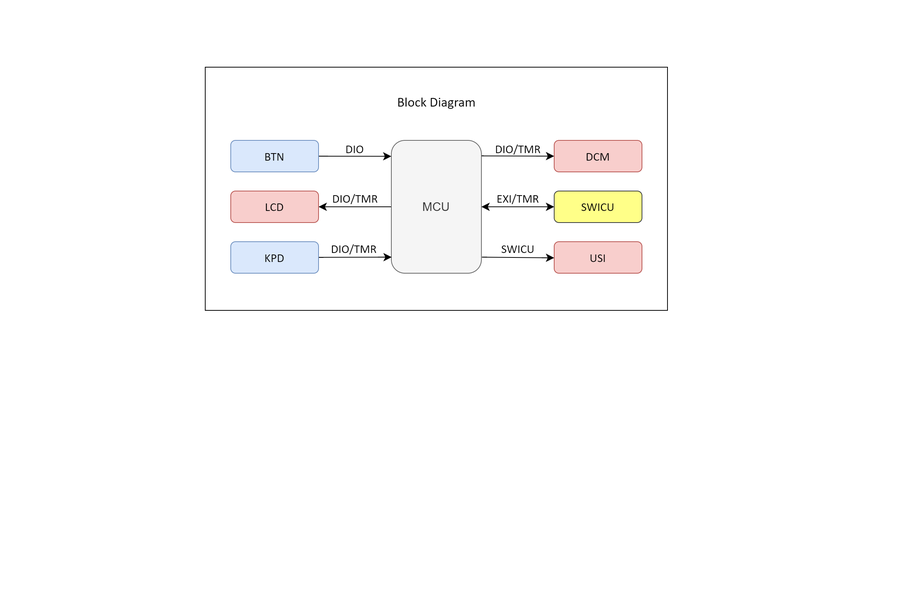
This is Documents/Diagrams/Block Diagram/Obstacle Avoidance Car - Block Diagram.png from AbdelrhmanWalaa/Obstacle-Avoidance-Car, a draw.io export, as it was before one commit. Source tidied: cells renumbered, new cells last; positions are measured from the earlier drawing's top-left corner, leaving out a move shared by most shapes. The source it was exported from:
```xml
<mxGraphModel>
  <root>
    <mxCell id="0" />
    <mxCell id="1" parent="0" />
    <mxCell id="2" style="rounded=0;whiteSpace=wrap;html=1;fontSize=16;" parent="1" vertex="1">
      <mxGeometry width="616" height="324" as="geometry" />
    </mxCell>
    <mxCell id="3" style="edgeStyle=none;curved=1;rounded=0;jettySize=auto;html=1;fontSize=12;startSize=8;endSize=8;" parent="1" edge="1" source="4" target="14">
      <mxGeometry relative="1" as="geometry" />
    </mxCell>
    <mxCell id="4" value="MCU" style="rounded=1;whiteSpace=wrap;html=1;fontSize=16;fillColor=#f5f5f5;fontColor=#333333;strokeColor=#666666;" parent="1" vertex="1">
      <mxGeometry x="248" y="97.5" width="120" height="177" as="geometry" />
    </mxCell>
    <mxCell id="5" style="edgeStyle=none;curved=1;rounded=0;jettySize=auto;html=1;fontSize=12;startSize=8;endSize=8;entryX=0;entryY=0.12;entryDx=0;entryDy=0;entryPerimeter=0;" parent="1" edge="1" source="6" target="4">
      <mxGeometry relative="1" as="geometry" />
    </mxCell>
    <mxCell id="6" value="&lt;font face=&quot;Calibri&quot;&gt;BTN&lt;/font&gt;" style="rounded=1;whiteSpace=wrap;html=1;fontSize=16;fillColor=#dae8fc;strokeColor=#6c8ebf;" parent="1" vertex="1">
      <mxGeometry x="34" y="97.5" width="117" height="42" as="geometry" />
    </mxCell>
    <mxCell id="7" value="&lt;font face=&quot;Calibri&quot;&gt;DIO&lt;/font&gt;" style="text;html=1;strokeColor=none;fillColor=none;align=center;verticalAlign=middle;whiteSpace=wrap;rounded=0;fontSize=16;" parent="1" vertex="1">
      <mxGeometry x="181" y="94" width="37" height="30" as="geometry" />
    </mxCell>
    <mxCell id="8" value="&lt;font face=&quot;Calibri&quot; style=&quot;font-size: 18px;&quot;&gt;Block Diagram&lt;/font&gt;" style="text;html=1;strokeColor=none;fillColor=none;align=center;verticalAlign=middle;whiteSpace=wrap;rounded=0;fontSize=16;" parent="1" vertex="1">
      <mxGeometry x="148.5" y="32" width="319" height="30" as="geometry" />
    </mxCell>
    <mxCell id="9" style="edgeStyle=none;curved=1;rounded=0;jettySize=auto;html=1;entryX=0.004;entryY=0.879;entryDx=0;entryDy=0;entryPerimeter=0;fontSize=12;startSize=8;endSize=8;" parent="1" edge="1" source="10" target="4">
      <mxGeometry relative="1" as="geometry" />
    </mxCell>
    <mxCell id="10" value="&lt;font face=&quot;Calibri&quot;&gt;KPD&lt;/font&gt;" style="rounded=1;whiteSpace=wrap;html=1;fontSize=16;fillColor=#dae8fc;strokeColor=#6c8ebf;" parent="1" vertex="1">
      <mxGeometry x="34" y="232.5" width="117" height="42" as="geometry" />
    </mxCell>
    <mxCell id="11" value="&lt;font face=&quot;Calibri&quot;&gt;SWICU&lt;/font&gt;" style="rounded=1;whiteSpace=wrap;html=1;fontSize=16;fillColor=#ffff88;strokeColor=#36393d;" parent="1" vertex="1">
      <mxGeometry x="465" y="165" width="117" height="42" as="geometry" />
    </mxCell>
    <mxCell id="12" style="endArrow=classic;startArrow=classic;html=1;rounded=0;fontSize=12;startSize=8;endSize=8;curved=1;exitX=1;exitY=0.5;exitDx=0;exitDy=0;entryX=0;entryY=0.5;entryDx=0;entryDy=0;" parent="1" edge="1" source="4" target="11">
      <mxGeometry relative="1" as="geometry" />
    </mxCell>
    <mxCell id="13" style="edgeStyle=none;curved=1;rounded=0;orthogonalLoop=1;jettySize=auto;html=1;exitX=0.5;exitY=0;exitDx=0;exitDy=0;fontSize=12;startSize=8;endSize=8;" parent="1" edge="1">
      <mxGeometry relative="1" as="geometry">
        <mxPoint x="100.5" y="24.5" as="sourcePoint" />
        <mxPoint x="100.5" y="24.5" as="targetPoint" />
      </mxGeometry>
    </mxCell>
    <mxCell id="14" value="&lt;font face=&quot;Calibri&quot;&gt;LCD&lt;/font&gt;" style="rounded=1;whiteSpace=wrap;html=1;fontSize=16;fillColor=#f8cecc;strokeColor=#b85450;" parent="1" vertex="1">
      <mxGeometry x="34" y="165" width="117" height="42" as="geometry" />
    </mxCell>
    <mxCell id="15" value="&lt;font face=&quot;Calibri&quot;&gt;DIO/TMR&lt;/font&gt;" style="text;html=1;strokeColor=none;fillColor=none;align=center;verticalAlign=middle;whiteSpace=wrap;rounded=0;fontSize=16;" parent="1" vertex="1">
      <mxGeometry x="169.5" y="160" width="60" height="30" as="geometry" />
    </mxCell>
    <mxCell id="16" value="&lt;span style=&quot;color: rgb(0, 0, 0); font-family: Calibri; font-size: 16px; font-style: normal; font-variant-ligatures: normal; font-variant-caps: normal; font-weight: 400; letter-spacing: normal; orphans: 2; text-align: center; text-indent: 0px; text-transform: none; widows: 2; word-spacing: 0px; -webkit-text-stroke-width: 0px; background-color: rgb(255, 255, 255); text-decoration-thickness: initial; text-decoration-style: initial; text-decoration-color: initial; float: none; display: inline !important;&quot;&gt;DIO/TMR&lt;/span&gt;" style="text;whiteSpace=wrap;html=1;fontSize=16;" parent="1" vertex="1">
      <mxGeometry x="166" y="226" width="67" height="31" as="geometry" />
    </mxCell>
    <mxCell id="17" value="&lt;font face=&quot;Calibri&quot;&gt;EXI/TMR&lt;/font&gt;" style="text;html=1;strokeColor=none;fillColor=none;align=center;verticalAlign=middle;whiteSpace=wrap;rounded=0;fontSize=16;" parent="1" vertex="1">
      <mxGeometry x="387" y="160" width="60" height="30" as="geometry" />
    </mxCell>
    <mxCell id="18" value="&lt;font face=&quot;Calibri&quot;&gt;DCM&lt;/font&gt;" style="rounded=1;whiteSpace=wrap;html=1;fontSize=16;fillColor=#f8cecc;strokeColor=#b85450;" parent="1" vertex="1">
      <mxGeometry x="465" y="97.5" width="117" height="42" as="geometry" />
    </mxCell>
    <mxCell id="19" style="edgeStyle=none;curved=1;rounded=0;jettySize=auto;html=1;fontSize=12;startSize=8;endSize=8;entryX=0;entryY=0.5;entryDx=0;entryDy=0;" parent="1" edge="1" target="18">
      <mxGeometry relative="1" as="geometry">
        <mxPoint x="368.5" y="118.2" as="sourcePoint" />
      </mxGeometry>
    </mxCell>
    <mxCell id="20" value="&lt;font face=&quot;Calibri&quot;&gt;DIO/TMR&lt;/font&gt;" style="text;html=1;strokeColor=none;fillColor=none;align=center;verticalAlign=middle;whiteSpace=wrap;rounded=0;fontSize=16;" parent="1" vertex="1">
      <mxGeometry x="387" y="94" width="60" height="30" as="geometry" />
    </mxCell>
    <mxCell id="21" value="&lt;font face=&quot;Calibri&quot;&gt;USI&lt;/font&gt;" style="rounded=1;whiteSpace=wrap;html=1;fontSize=16;fillColor=#f8cecc;strokeColor=#b85450;" parent="1" vertex="1">
      <mxGeometry x="465" y="232.5" width="117" height="42" as="geometry" />
    </mxCell>
    <mxCell id="22" style="edgeStyle=none;curved=1;rounded=0;jettySize=auto;html=1;fontSize=12;startSize=8;endSize=8;entryX=0;entryY=0.512;entryDx=0;entryDy=0;entryPerimeter=0;" parent="1" edge="1" target="21">
      <mxGeometry relative="1" as="geometry">
        <mxPoint x="368.8" y="253.1" as="sourcePoint" />
      </mxGeometry>
    </mxCell>
    <mxCell id="23" value="&lt;font face=&quot;Calibri&quot;&gt;SWICU&lt;/font&gt;" style="text;html=1;strokeColor=none;fillColor=none;align=center;verticalAlign=middle;whiteSpace=wrap;rounded=0;fontSize=16;" parent="1" vertex="1">
      <mxGeometry x="387" y="227" width="60" height="30" as="geometry" />
    </mxCell>
  </root>
</mxGraphModel>
```
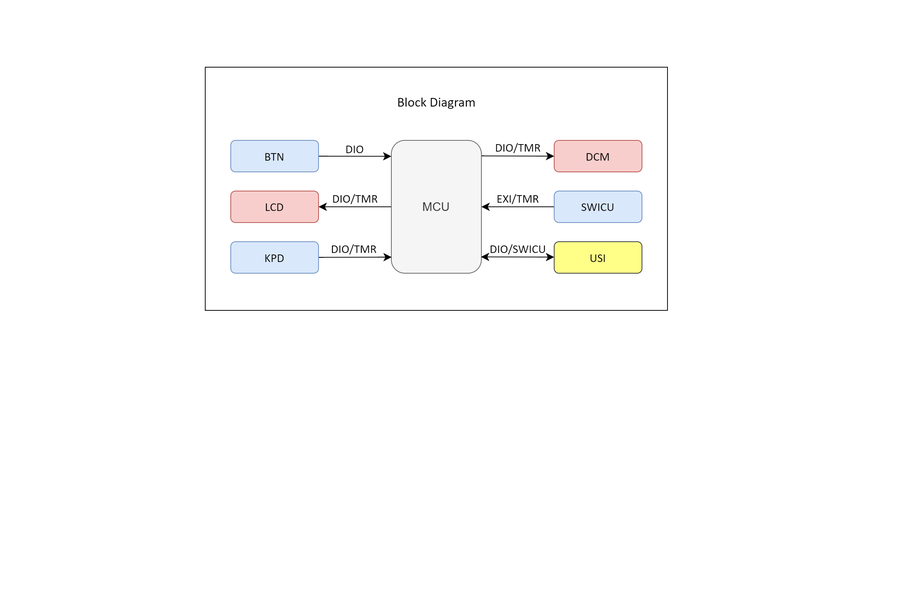
Later version of the same file.

Change to the diagram source:
```diff
@@ -29,12 +29,12 @@
     <mxCell id="10" value="&lt;font face=&quot;Calibri&quot;&gt;KPD&lt;/font&gt;" style="rounded=1;whiteSpace=wrap;html=1;fontSize=16;fillColor=#dae8fc;strokeColor=#6c8ebf;" parent="1" vertex="1">
       <mxGeometry x="34" y="232.5" width="117" height="42" as="geometry" />
     </mxCell>
+    <mxCell id="24" style="edgeStyle=none;curved=1;rounded=0;jettySize=auto;html=1;fontSize=12;startSize=8;endSize=8;" parent="1" edge="1" source="11" target="4">
+      <mxGeometry relative="1" as="geometry" />
+    </mxCell>
-    <mxCell id="11" value="&lt;font face=&quot;Calibri&quot;&gt;SWICU&lt;/font&gt;" style="rounded=1;whiteSpace=wrap;html=1;fontSize=16;fillColor=#ffff88;strokeColor=#36393d;" parent="1" vertex="1">
+    <mxCell id="11" value="&lt;font face=&quot;Calibri&quot;&gt;SWICU&lt;/font&gt;" style="rounded=1;whiteSpace=wrap;html=1;fontSize=16;fillColor=#dae8fc;strokeColor=#6c8ebf;" parent="1" vertex="1">
       <mxGeometry x="465" y="165" width="117" height="42" as="geometry" />
     </mxCell>
-    <mxCell id="12" style="endArrow=classic;startArrow=classic;html=1;rounded=0;fontSize=12;startSize=8;endSize=8;curved=1;exitX=1;exitY=0.5;exitDx=0;exitDy=0;entryX=0;entryY=0.5;entryDx=0;entryDy=0;" parent="1" edge="1" source="4" target="11">
-      <mxGeometry relative="1" as="geometry" />
-    </mxCell>
     <mxCell id="13" style="edgeStyle=none;curved=1;rounded=0;orthogonalLoop=1;jettySize=auto;html=1;exitX=0.5;exitY=0;exitDx=0;exitDy=0;fontSize=12;startSize=8;endSize=8;" parent="1" edge="1">
       <mxGeometry relative="1" as="geometry">
         <mxPoint x="100.5" y="24.5" as="sourcePoint" />
@@ -62,18 +62,16 @@
       </mxGeometry>
     </mxCell>
     <mxCell id="20" value="&lt;font face=&quot;Calibri&quot;&gt;DIO/TMR&lt;/font&gt;" style="text;html=1;strokeColor=none;fillColor=none;align=center;verticalAlign=middle;whiteSpace=wrap;rounded=0;fontSize=16;" parent="1" vertex="1">
-      <mxGeometry x="387" y="94" width="60" height="30" as="geometry" />
+      <mxGeometry x="387" y="92" width="60" height="30" as="geometry" />
     </mxCell>
-    <mxCell id="21" value="&lt;font face=&quot;Calibri&quot;&gt;USI&lt;/font&gt;" style="rounded=1;whiteSpace=wrap;html=1;fontSize=16;fillColor=#f8cecc;strokeColor=#b85450;" parent="1" vertex="1">
+    <mxCell id="21" value="&lt;font face=&quot;Calibri&quot;&gt;USI&lt;/font&gt;" style="rounded=1;whiteSpace=wrap;html=1;fontSize=16;fillColor=#ffff88;strokeColor=#36393d;" parent="1" vertex="1">
       <mxGeometry x="465" y="232.5" width="117" height="42" as="geometry" />
     </mxCell>
-    <mxCell id="22" style="edgeStyle=none;curved=1;rounded=0;jettySize=auto;html=1;fontSize=12;startSize=8;endSize=8;entryX=0;entryY=0.512;entryDx=0;entryDy=0;entryPerimeter=0;" parent="1" edge="1" target="21">
-      <mxGeometry relative="1" as="geometry">
-        <mxPoint x="368.8" y="253.1" as="sourcePoint" />
-      </mxGeometry>
-    </mxCell>
-    <mxCell id="23" value="&lt;font face=&quot;Calibri&quot;&gt;SWICU&lt;/font&gt;" style="text;html=1;strokeColor=none;fillColor=none;align=center;verticalAlign=middle;whiteSpace=wrap;rounded=0;fontSize=16;" parent="1" vertex="1">
+    <mxCell id="23" value="&lt;font face=&quot;Calibri&quot;&gt;DIO/SWICU&lt;/font&gt;" style="text;html=1;strokeColor=none;fillColor=none;align=center;verticalAlign=middle;whiteSpace=wrap;rounded=0;fontSize=16;" parent="1" vertex="1">
       <mxGeometry x="387" y="227" width="60" height="30" as="geometry" />
     </mxCell>
+    <mxCell id="25" style="endArrow=classic;startArrow=classic;html=1;rounded=0;fontSize=12;startSize=8;endSize=8;curved=1;exitX=0.995;exitY=0.877;exitDx=0;exitDy=0;exitPerimeter=0;entryX=0;entryY=0.488;entryDx=0;entryDy=0;entryPerimeter=0;" parent="1" edge="1" source="4" target="21">
+      <mxGeometry relative="1" as="geometry" />
+    </mxCell>
   </root>
 </mxGraphModel>
```
